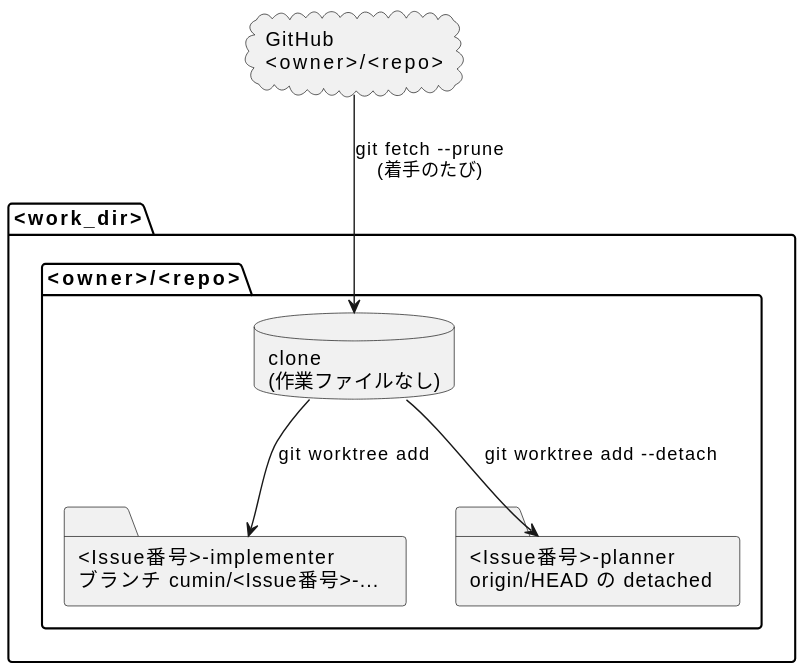
cloveclovedev/cumin-works keeps this PlantUML diagram as docs/ja/designs/agent-run-layout.svg. Above is the earlier version.
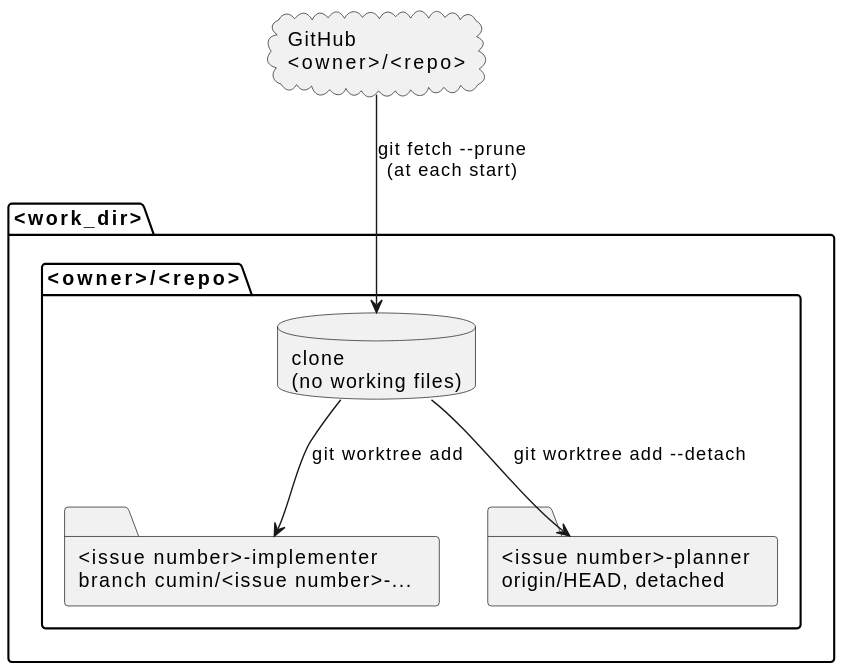
Above is the later version.

The edit, as a diff of the source:
```diff
@@ -6,13 +6,13 @@
 
 folder "<work_dir>" as workdir {
   folder "<owner>/<repo>" as repo {
-    database "clone\n(作業ファイルなし)" as clone
-    folder "<Issue番号>-implementer\nブランチ cumin/<Issue番号>-..." as implementer
-    folder "<Issue番号>-planner\norigin/HEAD の detached" as planner
+    database "clone\n(no working files)" as clone
+    folder "<issue number>-implementer\nbranch cumin/<issue number>-..." as implementer
+    folder "<issue number>-planner\norigin/HEAD, detached" as planner
   }
 }
 
-github --> clone : git fetch --prune\n(着手のたび)
+github --> clone : git fetch --prune\n(at each start)
 clone --> implementer : git worktree add
 clone --> planner : git worktree add --detach
 @enduml
```
